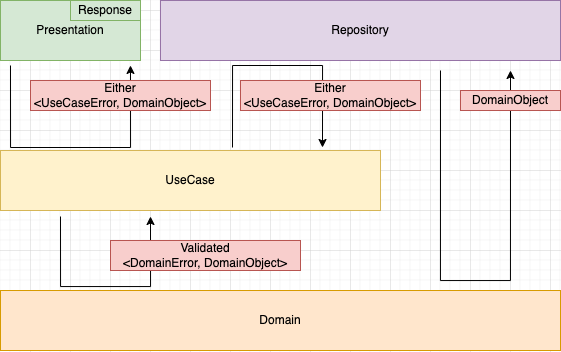
sunabak0/realworld-kotlin-springboot-jdbc keeps this draw.io diagram as docs/architecture.png. Above is the earlier version. Source tidied: cells renumbered, new cells last; positions are measured from the earlier drawing's top-left corner, leaving out a move shared by most shapes.
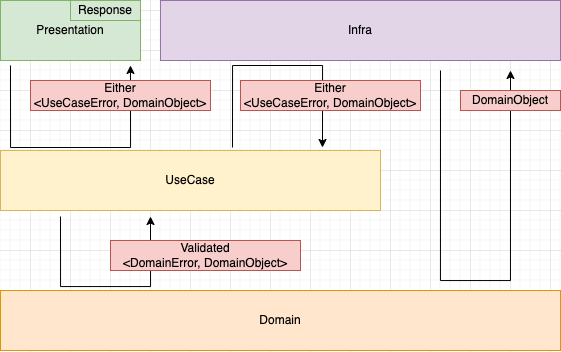
After the change.

Diff of the diagram source:
```diff
@@ -35,7 +35,7 @@
         </Array>
       </mxGeometry>
     </mxCell>
-    <mxCell id="8" value="Repository" style="rounded=0;whiteSpace=wrap;html=1;fillColor=#e1d5e7;strokeColor=#9673a6;fontColor=#000000;" parent="1" vertex="1">
+    <mxCell id="8" value="Infra" style="rounded=0;whiteSpace=wrap;html=1;fillColor=#e1d5e7;strokeColor=#9673a6;fontColor=#000000;" parent="1" vertex="1">
       <mxGeometry x="160" width="400" height="60" as="geometry" />
     </mxCell>
     <mxCell id="9" value="Validated&lt;br&gt;&amp;lt;DomainError, DomainObject&amp;gt;" style="rounded=0;whiteSpace=wrap;html=1;fillColor=#f8cecc;strokeColor=#b85450;fontColor=#000000;" parent="1" vertex="1">
```
